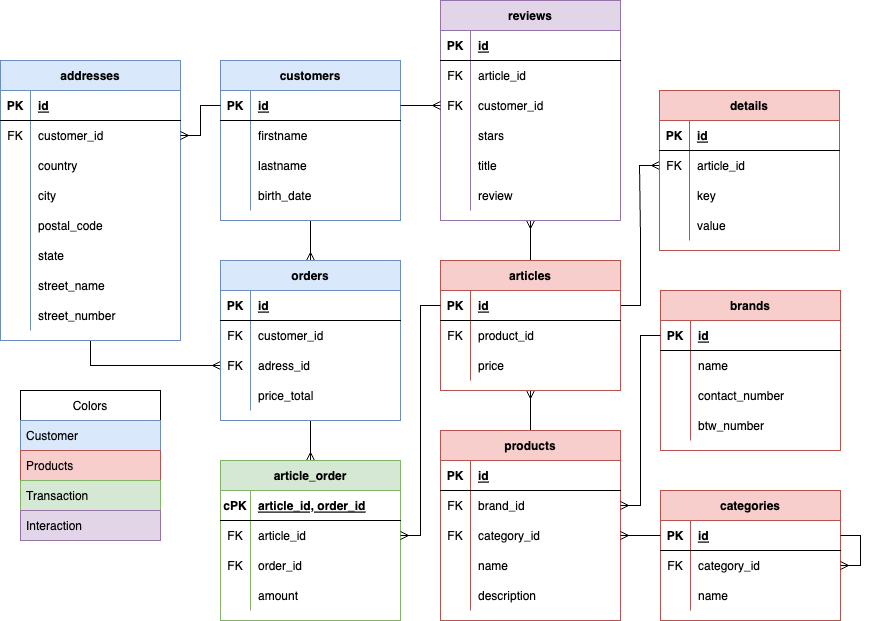
Earlier version of the draw.io export backend/data-model.drawio.png (KilianDeBock/Free3Dm). Source tidied: cells renumbered, new cells last; positions are measured from the earlier drawing's top-left corner, leaving out a move shared by most shapes.
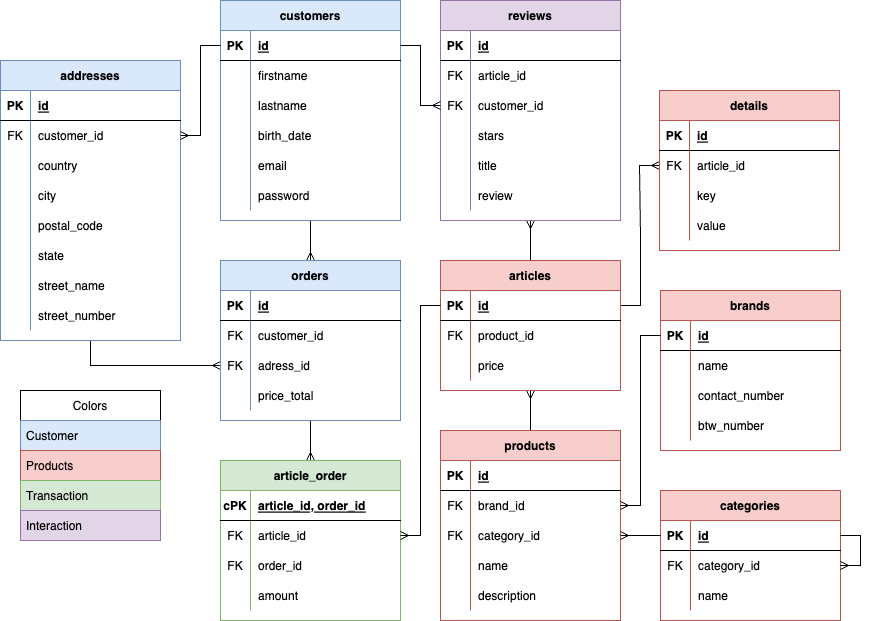
After the commit.

Commit message:
22.41.6.5: Update customer & data-model

Change to the diagram source:
```diff
@@ -6,7 +6,7 @@
       <mxGeometry relative="1" as="geometry" />
     </mxCell>
     <mxCell id="3" value="customers" style="shape=table;startSize=30;rowLines=0;fontStyle=1;align=center;labelBackgroundColor=none;fillColor=#dae8fc;strokeColor=#6c8ebf;" parent="1" vertex="1">
-      <mxGeometry x="220" y="60" width="180" height="160" as="geometry" />
+      <mxGeometry x="220" width="180" height="220" as="geometry" />
     </mxCell>
     <mxCell id="4" style="shape=tableRow;horizontal=0;startSize=0;swimlaneHead=0;swimlaneBody=0;fillColor=none;points=[[0,0.5],[1,0.5]];portConstraint=eastwest;top=0;left=0;right=0;bottom=1;" parent="3" vertex="1">
       <mxGeometry y="30" width="180" height="30" as="geometry" />
@@ -44,6 +44,24 @@
     <mxCell id="15" value="birth_date" style="shape=partialRectangle;fillColor=none;top=0;left=0;bottom=0;right=0;align=left;spacingLeft=6;overflow=hidden;" parent="13" vertex="1">
       <mxGeometry x="30" width="150" height="30" as="geometry" />
     </mxCell>
+    <mxCell id="164" style="shape=tableRow;horizontal=0;startSize=0;swimlaneHead=0;swimlaneBody=0;fillColor=none;top=0;left=0;right=0;bottom=0;" parent="3" vertex="1">
+      <mxGeometry y="150" width="180" height="30" as="geometry" />
+    </mxCell>
+    <mxCell id="165" style="shape=partialRectangle;fillColor=none;top=0;left=0;bottom=0;right=0;overflow=hidden;" parent="164" vertex="1">
+      <mxGeometry width="30" height="30" as="geometry" />
+    </mxCell>
+    <mxCell id="166" value="email" style="shape=partialRectangle;fillColor=none;top=0;left=0;bottom=0;right=0;align=left;spacingLeft=6;overflow=hidden;" parent="164" vertex="1">
+      <mxGeometry x="30" width="150" height="30" as="geometry" />
+    </mxCell>
+    <mxCell id="167" style="shape=tableRow;horizontal=0;startSize=0;swimlaneHead=0;swimlaneBody=0;fillColor=none;top=0;left=0;right=0;bottom=0;" parent="3" vertex="1">
+      <mxGeometry y="180" width="180" height="30" as="geometry" />
+    </mxCell>
+    <mxCell id="168" style="shape=partialRectangle;fillColor=none;top=0;left=0;bottom=0;right=0;overflow=hidden;" parent="167" vertex="1">
+      <mxGeometry width="30" height="30" as="geometry" />
+    </mxCell>
+    <mxCell id="169" value="password" style="shape=partialRectangle;fillColor=none;top=0;left=0;bottom=0;right=0;align=left;spacingLeft=6;overflow=hidden;" parent="167" vertex="1">
+      <mxGeometry x="30" width="150" height="30" as="geometry" />
+    </mxCell>
     <mxCell id="16" style="edgeStyle=orthogonalEdgeStyle;rounded=0;jettySize=auto;html=1;exitX=0.5;exitY=1;exitDx=0;exitDy=0;entryX=0;entryY=0.5;entryDx=0;entryDy=0;endArrow=ERmany;endFill=0;" parent="1" edge="1" source="17" target="51">
       <mxGeometry relative="1" as="geometry" />
     </mxCell>
```
